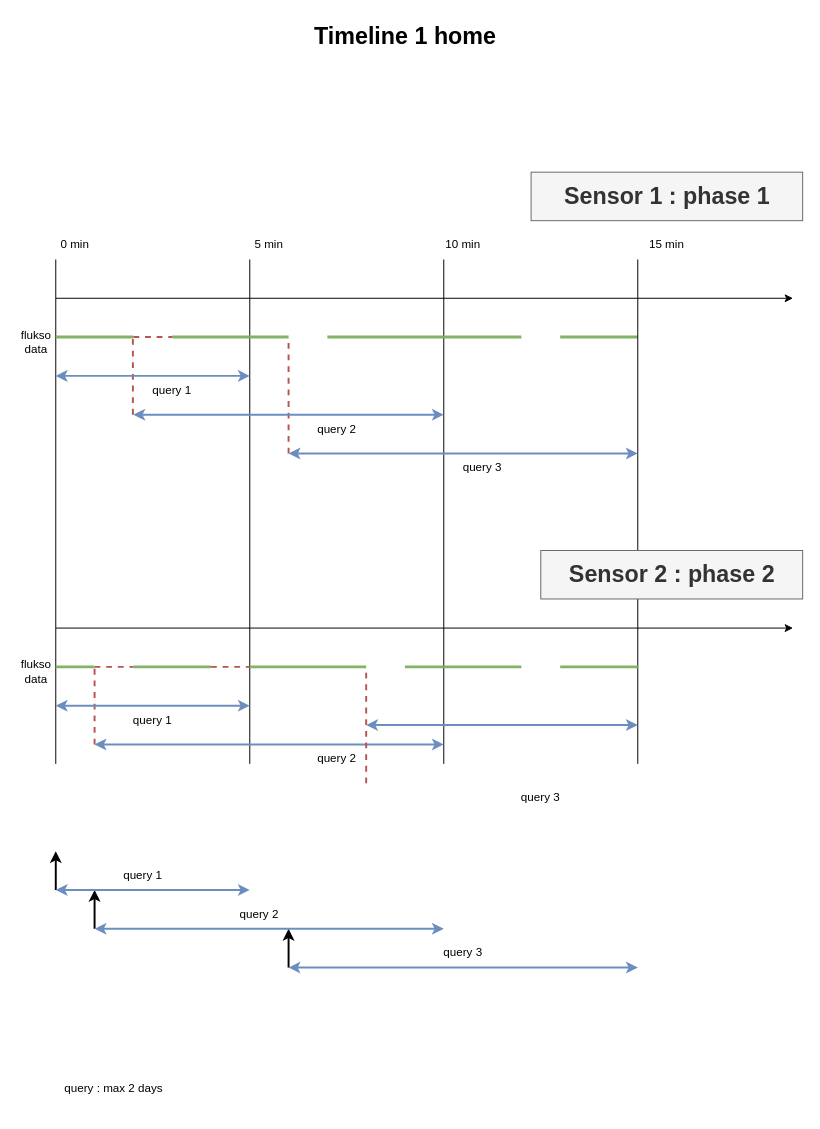
The draw.io diagram page "timelines" (9 of 9) of documentation/documentation_diagrams.drawio in AlexandreHnf/Voisin-d-energie-ULB, before the edit. Source tidied: cells renumbered, new cells numbered last; positions are measured from the earlier drawing's top-left corner, leaving out a move shared by most shapes. Both pictures are drawn from the tidied source at 97%, with x=0, y=0 at pixel (16, 16).
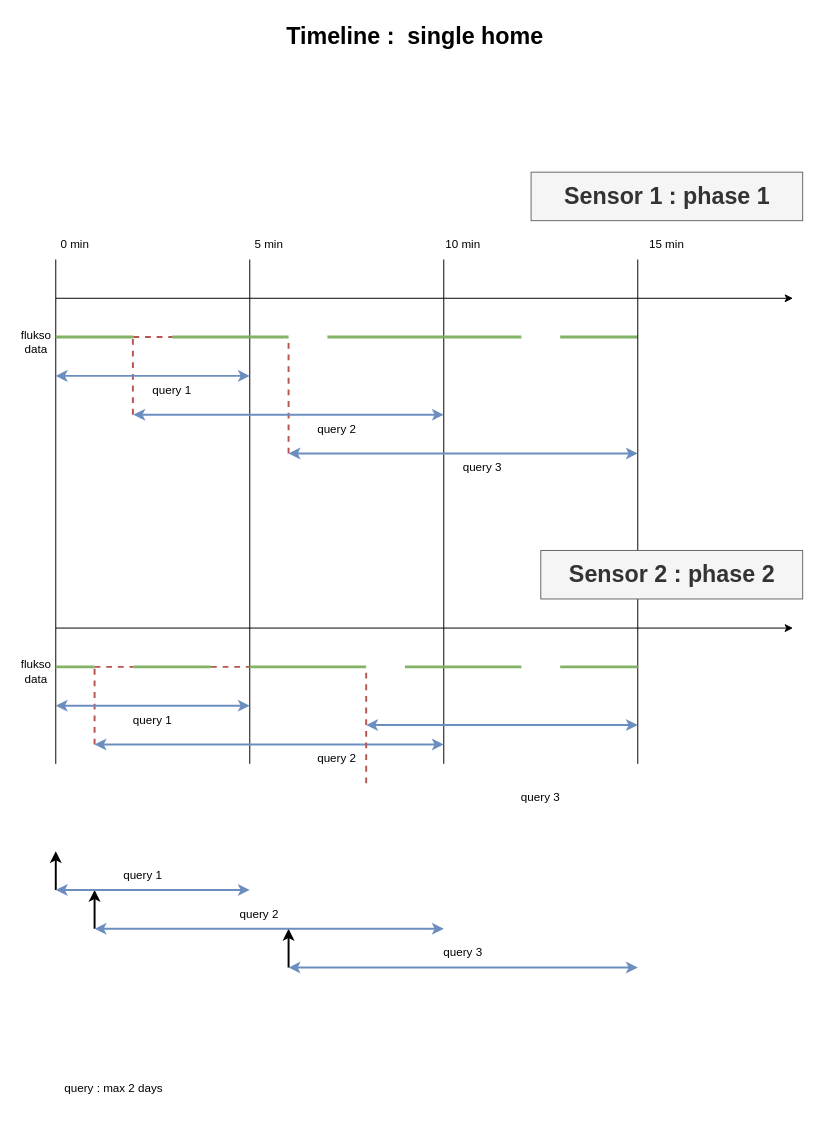
After the change.

Commit message (it also covers changes not shown here):
doc : update flukso timeline diagram

Diff of the diagram source:
```diff
@@
-    <mxCell id="20" value="Timeline 1 home" style="text;strokeColor=none;fillColor=none;html=1;fontSize=24;fontStyle=1;verticalAlign=middle;align=center;" parent="1" vertex="1">
-      <mxGeometry x="350" width="100" height="40" as="geometry" />
+    <mxCell id="20" value="Timeline :&amp;nbsp; single home" style="text;strokeColor=none;fillColor=none;html=1;fontSize=24;fontStyle=1;verticalAlign=middle;align=center;" parent="1" vertex="1">
+      <mxGeometry x="280" width="260" height="40" as="geometry" />
     </mxCell>
```
